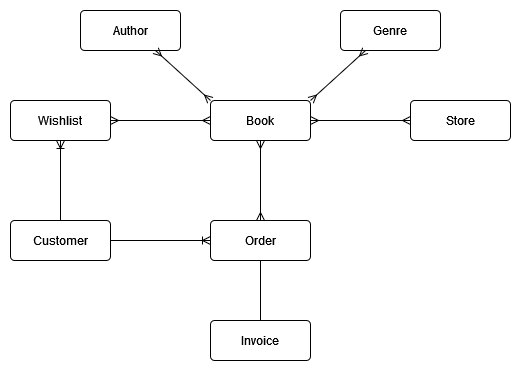
This is docs/egyedmodell/egyedmodell.drawio.png from a-bakk/bookstore-oracle, a draw.io export, as it was before one commit. Source tidied: cells renumbered, new cells last; positions are measured from the earlier drawing's top-left corner, leaving out a move shared by most shapes. The source it was exported from:
```xml
<mxGraphModel>
  <root>
    <mxCell id="0" />
    <mxCell id="1" parent="0" />
    <mxCell id="2" value="Customer" style="rounded=1;arcSize=10;whiteSpace=wrap;html=1;align=center;" parent="1" vertex="1">
      <mxGeometry y="210" width="100" height="40" as="geometry" />
    </mxCell>
    <mxCell id="3" value="Wishlist" style="rounded=1;arcSize=10;whiteSpace=wrap;html=1;align=center;" parent="1" vertex="1">
      <mxGeometry y="90" width="100" height="40" as="geometry" />
    </mxCell>
    <mxCell id="4" style="fontSize=12;html=1;endArrow=ERoneToMany;rounded=0;exitX=0.5;exitY=0;exitDx=0;exitDy=0;entryX=0.5;entryY=1;entryDx=0;entryDy=0;" parent="1" edge="1" source="2" target="3">
      <mxGeometry relative="1" as="geometry" />
    </mxCell>
    <mxCell id="5" style="rounded=0;jettySize=auto;html=1;exitX=0.5;exitY=1;exitDx=0;exitDy=0;entryX=0.5;entryY=1;entryDx=0;entryDy=0;endArrow=none;endFill=0;" parent="1" edge="1" source="6" target="8">
      <mxGeometry relative="1" as="geometry" />
    </mxCell>
    <mxCell id="6" value="Order" style="rounded=1;arcSize=10;whiteSpace=wrap;html=1;align=center;" parent="1" vertex="1">
      <mxGeometry x="200" y="210" width="100" height="40" as="geometry" />
    </mxCell>
    <mxCell id="7" style="fontSize=12;html=1;endArrow=ERoneToMany;rounded=0;exitX=1;exitY=0.5;exitDx=0;exitDy=0;entryX=0;entryY=0.5;entryDx=0;entryDy=0;" parent="1" edge="1" source="2" target="6">
      <mxGeometry relative="1" as="geometry" />
    </mxCell>
    <mxCell id="8" value="Invoice" style="rounded=1;arcSize=10;whiteSpace=wrap;html=1;align=center;" parent="1" vertex="1">
      <mxGeometry x="200" y="310" width="100" height="40" as="geometry" />
    </mxCell>
    <mxCell id="9" value="Book" style="rounded=1;arcSize=10;whiteSpace=wrap;html=1;align=center;" parent="1" vertex="1">
      <mxGeometry x="200" y="90" width="100" height="40" as="geometry" />
    </mxCell>
    <mxCell id="10" style="fontSize=12;html=1;endArrow=ERmany;startArrow=ERmany;rounded=0;entryX=0.5;entryY=0;entryDx=0;entryDy=0;" parent="1" edge="1" target="6">
      <mxGeometry relative="1" as="geometry">
        <mxPoint x="250" y="130" as="sourcePoint" />
      </mxGeometry>
    </mxCell>
    <mxCell id="11" style="fontSize=12;html=1;endArrow=ERmany;startArrow=ERmany;rounded=0;entryX=1;entryY=0.5;entryDx=0;entryDy=0;exitX=0;exitY=0.5;exitDx=0;exitDy=0;" parent="1" edge="1" source="9" target="3">
      <mxGeometry relative="1" as="geometry" />
    </mxCell>
    <mxCell id="12" value="Store" style="rounded=1;arcSize=10;whiteSpace=wrap;html=1;align=center;" parent="1" vertex="1">
      <mxGeometry x="400" y="90" width="100" height="40" as="geometry" />
    </mxCell>
    <mxCell id="13" style="fontSize=12;html=1;endArrow=ERmany;startArrow=ERmany;rounded=0;entryX=1;entryY=0.5;entryDx=0;entryDy=0;exitX=0;exitY=0.5;exitDx=0;exitDy=0;" parent="1" edge="1" source="12" target="9">
      <mxGeometry relative="1" as="geometry" />
    </mxCell>
    <mxCell id="14" value="Author" style="rounded=1;arcSize=10;whiteSpace=wrap;html=1;align=center;" parent="1" vertex="1">
      <mxGeometry x="70" width="100" height="40" as="geometry" />
    </mxCell>
    <mxCell id="15" value="Genre" style="rounded=1;arcSize=10;whiteSpace=wrap;html=1;align=center;" parent="1" vertex="1">
      <mxGeometry x="330" width="100" height="40" as="geometry" />
    </mxCell>
    <mxCell id="16" style="fontSize=12;html=1;endArrow=ERmany;startArrow=ERmany;rounded=0;entryX=1;entryY=0;entryDx=0;entryDy=0;exitX=0.25;exitY=1;exitDx=0;exitDy=0;" parent="1" edge="1" source="15" target="9">
      <mxGeometry relative="1" as="geometry" />
    </mxCell>
    <mxCell id="17" style="fontSize=12;html=1;endArrow=ERmany;startArrow=ERmany;rounded=0;entryX=0;entryY=0;entryDx=0;entryDy=0;exitX=0.75;exitY=1;exitDx=0;exitDy=0;" parent="1" edge="1" source="14" target="9">
      <mxGeometry relative="1" as="geometry" />
    </mxCell>
  </root>
</mxGraphModel>
```
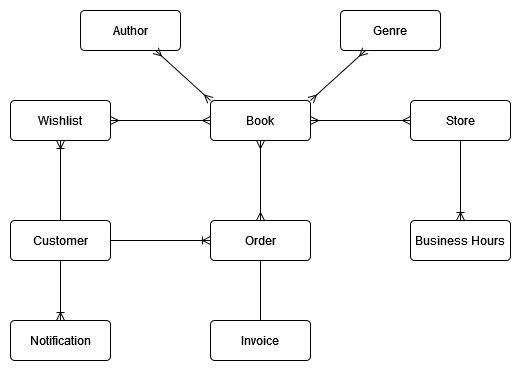
After the commit.

What changed in the source:
```diff
@@ -52,5 +52,17 @@
     <mxCell id="17" style="fontSize=12;html=1;endArrow=ERmany;startArrow=ERmany;rounded=0;entryX=0;entryY=0;entryDx=0;entryDy=0;exitX=0.75;exitY=1;exitDx=0;exitDy=0;" parent="1" edge="1" source="14" target="9">
       <mxGeometry relative="1" as="geometry" />
     </mxCell>
+    <mxCell id="18" value="Notification" style="rounded=1;arcSize=10;whiteSpace=wrap;html=1;align=center;" parent="1" vertex="1">
+      <mxGeometry y="310" width="100" height="40" as="geometry" />
+    </mxCell>
+    <mxCell id="19" style="fontSize=12;html=1;endArrow=ERoneToMany;rounded=0;exitX=0.5;exitY=1;exitDx=0;exitDy=0;entryX=0.5;entryY=0;entryDx=0;entryDy=0;" parent="1" edge="1" source="2" target="18">
+      <mxGeometry relative="1" as="geometry" />
+    </mxCell>
+    <mxCell id="20" value="Business Hours" style="rounded=1;arcSize=10;whiteSpace=wrap;html=1;align=center;" parent="1" vertex="1">
+      <mxGeometry x="400" y="210" width="100" height="40" as="geometry" />
+    </mxCell>
+    <mxCell id="21" style="fontSize=12;html=1;endArrow=ERoneToMany;rounded=0;exitX=0.5;exitY=1;exitDx=0;exitDy=0;entryX=0.5;entryY=0;entryDx=0;entryDy=0;" parent="1" edge="1" source="12" target="20">
+      <mxGeometry relative="1" as="geometry" />
+    </mxCell>
   </root>
 </mxGraphModel>
```
